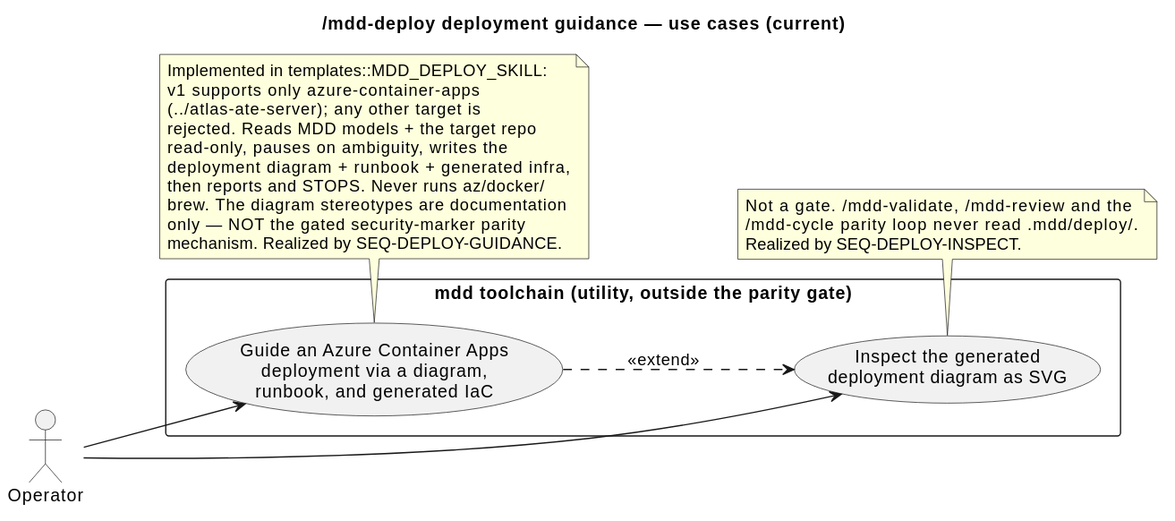
Above: .mdd/rendered/map/use-cases/deploy-guidance.svg in cthadeufaria/model-driven-development (PlantUML), before the change. Source of this version:
```plantuml
@startuml
title /mdd-deploy deployment guidance — use cases (current)

left to right direction

actor "Operator" as Op

rectangle "mdd toolchain (utility, outside the parity gate)" {
  usecase "Guide an Azure Container Apps\ndeployment via a diagram,\nrunbook, and generated IaC" as Guide
  usecase "Inspect the generated\ndeployment diagram as SVG" as Inspect
}

Op --> Guide
Op --> Inspect

Guide ..> Inspect : <<extend>>

note bottom of Guide
  Implemented in templates::MDD_DEPLOY_SKILL:
  v1 supports only azure-container-apps
  (../atlas-ate-server); any other target is
  rejected. Reads MDD models + the target repo
  read-only, pauses on ambiguity, writes the
  deployment diagram + runbook + generated infra,
  then reports and STOPS. Never runs az/docker/
  brew. The diagram stereotypes are documentation
  only — NOT the gated security-marker parity
  mechanism. Realized by SEQ-DEPLOY-GUIDANCE.
end note

note bottom of Inspect
  Not a gate. /mdd-validate, /mdd-review and the
  /mdd-cycle parity loop never read .mdd/deploy/.
  Realized by SEQ-DEPLOY-INSPECT.
end note
@enduml
```
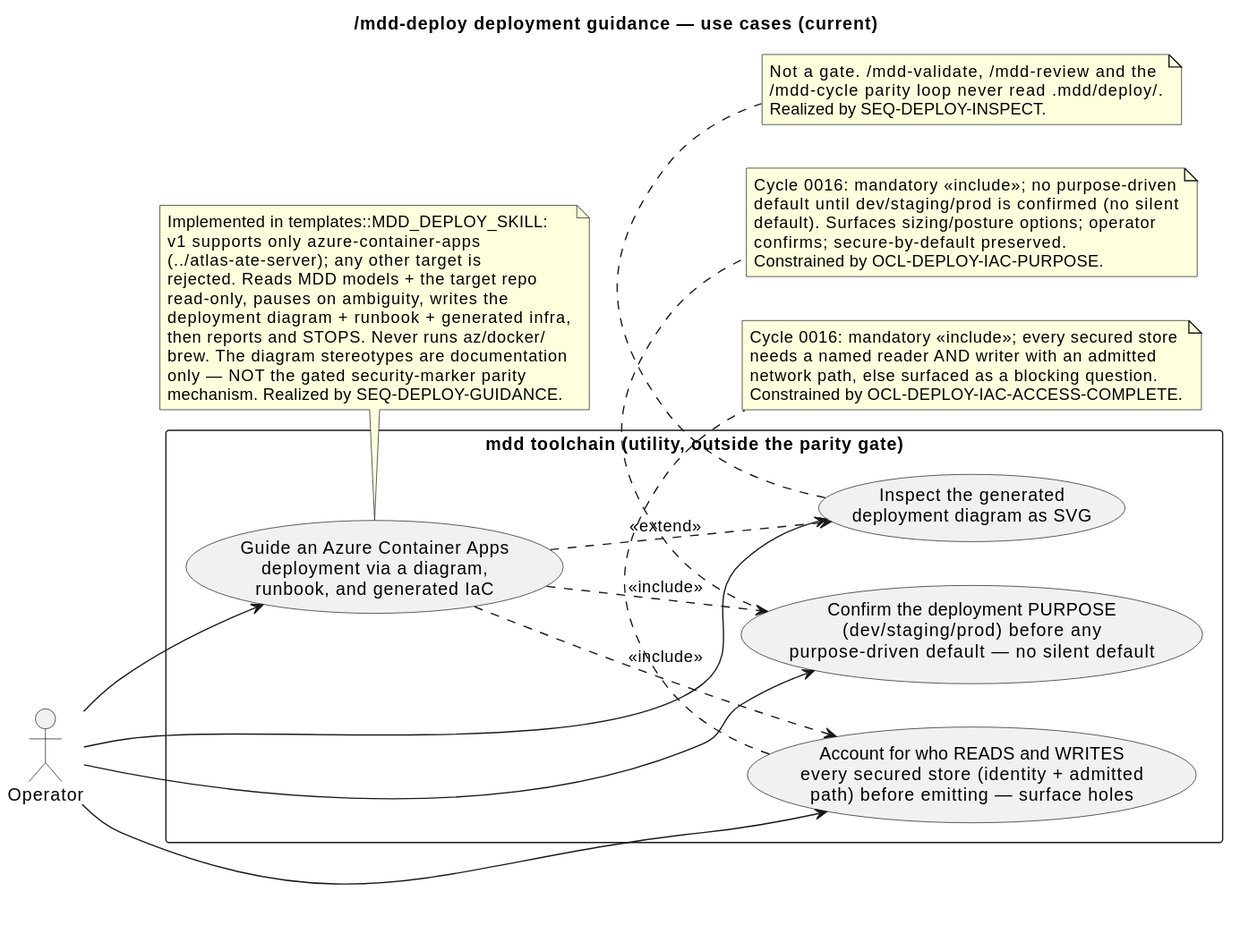
After the commit.

The edit, as a diff of the source:
```diff
@@ -8,12 +8,18 @@
 rectangle "mdd toolchain (utility, outside the parity gate)" {
   usecase "Guide an Azure Container Apps\ndeployment via a diagram,\nrunbook, and generated IaC" as Guide
   usecase "Inspect the generated\ndeployment diagram as SVG" as Inspect
+  usecase "Confirm the deployment PURPOSE\n(dev/staging/prod) before any\npurpose-driven default — no silent default" as Purpose
+  usecase "Account for who READS and WRITES\nevery secured store (identity + admitted\npath) before emitting — surface holes" as AccessCheck
 }
 
 Op --> Guide
 Op --> Inspect
+Op --> Purpose
+Op --> AccessCheck
 
 Guide ..> Inspect : <<extend>>
+Guide ..> Purpose : <<include>>
+Guide ..> AccessCheck : <<include>>
 
 note bottom of Guide
   Implemented in templates::MDD_DEPLOY_SKILL:
@@ -33,4 +39,19 @@
   /mdd-cycle parity loop never read .mdd/deploy/.
   Realized by SEQ-DEPLOY-INSPECT.
 end note
+
+note bottom of Purpose
+  Cycle 0016: mandatory <<include>>; no purpose-driven
+  default until dev/staging/prod is confirmed (no silent
+  default). Surfaces sizing/posture options; operator
+  confirms; secure-by-default preserved.
+  Constrained by OCL-DEPLOY-IAC-PURPOSE.
+end note
+
+note bottom of AccessCheck
+  Cycle 0016: mandatory <<include>>; every secured store
+  needs a named reader AND writer with an admitted
+  network path, else surfaced as a blocking question.
+  Constrained by OCL-DEPLOY-IAC-ACCESS-COMPLETE.
+end note
 @enduml
```
